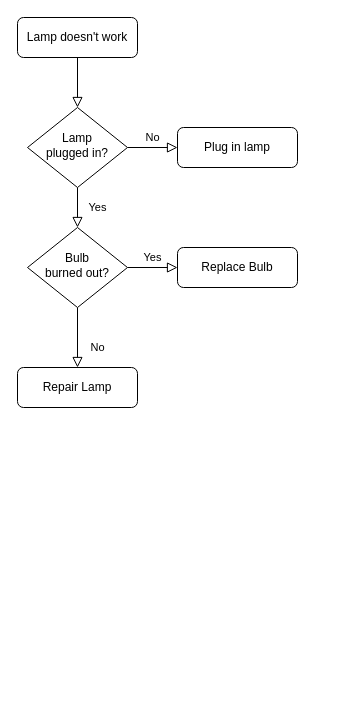
Earlier version of the draw.io diagram Untitled Diagram.drawio (MohitThakur001/FlowCharts). Source tidied: cells renumbered, new cells numbered last; positions are measured from the earlier drawing's top-left corner, leaving out a move shared by most shapes. Both pictures are drawn from the tidied source at 100%, with x=0, y=0 at pixel (17, 17).
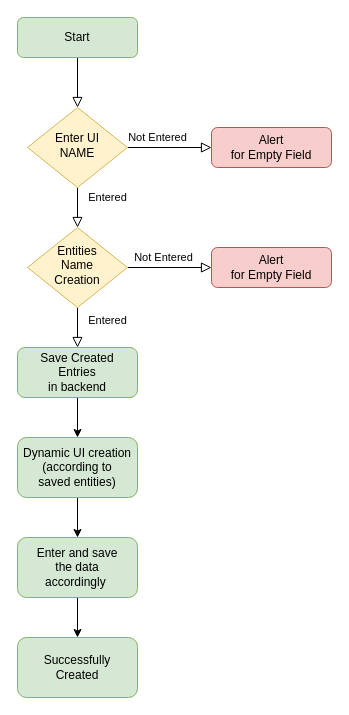
The same diagram, later.

Commit message:
Overview FlowChart

What changed in the source:
```diff
@@
 <mxGraphModel>
   <root>
     <mxCell id="0" />
     <mxCell id="1" parent="0" />
     <mxCell id="2" style="rounded=0;html=1;jettySize=auto;fontSize=11;endArrow=block;endFill=0;endSize=8;strokeWidth=1;shadow=0;labelBackgroundColor=none;edgeStyle=orthogonalEdgeStyle;" parent="1" edge="1" source="3" target="6">
       <mxGeometry relative="1" as="geometry" />
     </mxCell>
-    <mxCell id="3" value="Lamp doesn't work" style="rounded=1;whiteSpace=wrap;html=1;fontSize=12;glass=0;strokeWidth=1;shadow=0;" parent="1" vertex="1">
+    <mxCell id="3" value="Start" style="rounded=1;whiteSpace=wrap;html=1;fontSize=12;glass=0;strokeWidth=1;shadow=0;fillColor=#d5e8d4;strokeColor=#82b366;" parent="1" vertex="1">
       <mxGeometry width="120" height="40" as="geometry" />
     </mxCell>
-    <mxCell id="4" value="Yes" style="rounded=0;html=1;jettySize=auto;fontSize=11;endArrow=block;endFill=0;endSize=8;strokeWidth=1;shadow=0;labelBackgroundColor=none;edgeStyle=orthogonalEdgeStyle;" parent="1" edge="1" source="6" target="10">
-      <mxGeometry y="20" relative="1" as="geometry" />
+    <mxCell id="4" value="Entered" style="rounded=0;html=1;jettySize=auto;fontSize=11;endArrow=block;endFill=0;endSize=8;strokeWidth=1;shadow=0;labelBackgroundColor=none;edgeStyle=orthogonalEdgeStyle;" parent="1" edge="1" source="6" target="10">
+      <mxGeometry x="-0.5" y="30" relative="1" as="geometry" />
     </mxCell>
-    <mxCell id="5" value="No" style="edgeStyle=orthogonalEdgeStyle;rounded=0;html=1;jettySize=auto;fontSize=11;endArrow=block;endFill=0;endSize=8;strokeWidth=1;shadow=0;labelBackgroundColor=none;" parent="1" edge="1" source="6" target="7">
-      <mxGeometry y="10" relative="1" as="geometry" />
+    <mxCell id="5" value="Not Entered" style="edgeStyle=orthogonalEdgeStyle;rounded=0;html=1;jettySize=auto;fontSize=11;endArrow=block;endFill=0;endSize=8;strokeWidth=1;shadow=0;labelBackgroundColor=none;" parent="1" edge="1" source="6" target="7">
+      <mxGeometry x="-0.29" y="10" relative="1" as="geometry" />
     </mxCell>
-    <mxCell id="6" value="Lamp&lt;br&gt;plugged in?" style="rhombus;whiteSpace=wrap;html=1;shadow=0;fontFamily=Helvetica;fontSize=12;align=center;strokeWidth=1;spacing=6;spacingTop=-4;" parent="1" vertex="1">
+    <mxCell id="6" value="Enter UI&lt;br&gt;NAME" style="rhombus;whiteSpace=wrap;html=1;shadow=0;fontFamily=Helvetica;fontSize=12;align=center;strokeWidth=1;spacing=6;spacingTop=-4;fillColor=#fff2cc;strokeColor=#d6b656;" parent="1" vertex="1">
       <mxGeometry x="10" y="90" width="100" height="80" as="geometry" />
     </mxCell>
-    <mxCell id="7" value="Plug in lamp" style="rounded=1;whiteSpace=wrap;html=1;fontSize=12;glass=0;strokeWidth=1;shadow=0;" parent="1" vertex="1">
-      <mxGeometry x="160" y="110" width="120" height="40" as="geometry" />
+    <mxCell id="7" value="Alert&lt;br&gt;for Empty Field" style="rounded=1;whiteSpace=wrap;html=1;fontSize=12;glass=0;strokeWidth=1;shadow=0;fillColor=#f8cecc;strokeColor=#b85450;" parent="1" vertex="1">
+      <mxGeometry x="194" y="110" width="120" height="40" as="geometry" />
     </mxCell>
-    <mxCell id="8" value="No" style="rounded=0;html=1;jettySize=auto;fontSize=11;endArrow=block;endFill=0;endSize=8;strokeWidth=1;shadow=0;labelBackgroundColor=none;edgeStyle=orthogonalEdgeStyle;" parent="1" edge="1" source="10" target="11">
-      <mxGeometry x="0.33" y="20" relative="1" as="geometry" />
+    <mxCell id="8" value="Entered" style="rounded=0;html=1;jettySize=auto;fontSize=11;endArrow=block;endFill=0;endSize=8;strokeWidth=1;shadow=0;labelBackgroundColor=none;edgeStyle=orthogonalEdgeStyle;" parent="1" edge="1" source="10" target="11">
+      <mxGeometry x="-0.33" y="30" relative="1" as="geometry" />
     </mxCell>
-    <mxCell id="9" value="Yes" style="edgeStyle=orthogonalEdgeStyle;rounded=0;html=1;jettySize=auto;fontSize=11;endArrow=block;endFill=0;endSize=8;strokeWidth=1;shadow=0;labelBackgroundColor=none;" parent="1" edge="1" source="10" target="12">
-      <mxGeometry y="10" relative="1" as="geometry" />
+    <mxCell id="9" value="Not Entered" style="edgeStyle=orthogonalEdgeStyle;rounded=0;html=1;jettySize=auto;fontSize=11;endArrow=block;endFill=0;endSize=8;strokeWidth=1;shadow=0;labelBackgroundColor=none;" parent="1" edge="1" source="10" target="12">
+      <mxGeometry x="-0.14" y="10" relative="1" as="geometry" />
     </mxCell>
-    <mxCell id="10" value="Bulb&lt;br&gt;burned out?" style="rhombus;whiteSpace=wrap;html=1;shadow=0;fontFamily=Helvetica;fontSize=12;align=center;strokeWidth=1;spacing=6;spacingTop=-4;" parent="1" vertex="1">
+    <mxCell id="10" value="Entities &lt;br&gt;Name&lt;br&gt;Creation" style="rhombus;whiteSpace=wrap;html=1;shadow=0;fontFamily=Helvetica;fontSize=12;align=center;strokeWidth=1;spacing=6;spacingTop=-4;fillColor=#fff2cc;strokeColor=#d6b656;" parent="1" vertex="1">
       <mxGeometry x="10" y="210" width="100" height="80" as="geometry" />
     </mxCell>
+    <mxCell id="13" style="edgeStyle=orthogonalEdgeStyle;rounded=0;jettySize=auto;html=1;" parent="1" edge="1" source="11" target="15">
+      <mxGeometry relative="1" as="geometry" />
+    </mxCell>
-    <mxCell id="11" value="Repair Lamp" style="rounded=1;whiteSpace=wrap;html=1;fontSize=12;glass=0;strokeWidth=1;shadow=0;" parent="1" vertex="1">
-      <mxGeometry y="350" width="120" height="40" as="geometry" />
+    <mxCell id="11" value="Save Created &lt;br&gt;Entries&lt;br&gt;in backend" style="rounded=1;whiteSpace=wrap;html=1;fontSize=12;glass=0;strokeWidth=1;shadow=0;fillColor=#d5e8d4;strokeColor=#82b366;" parent="1" vertex="1">
+      <mxGeometry y="330" width="120" height="50" as="geometry" />
     </mxCell>
-    <mxCell id="12" value="Replace Bulb" style="rounded=1;whiteSpace=wrap;html=1;fontSize=12;glass=0;strokeWidth=1;shadow=0;" parent="1" vertex="1">
-      <mxGeometry x="160" y="230" width="120" height="40" as="geometry" />
+    <mxCell id="12" value="Alert&lt;br style=&quot;border-color: var(--border-color);&quot;&gt;for Empty Field" style="rounded=1;whiteSpace=wrap;html=1;fontSize=12;glass=0;strokeWidth=1;shadow=0;fillColor=#f8cecc;strokeColor=#b85450;" parent="1" vertex="1">
+      <mxGeometry x="194" y="230" width="120" height="40" as="geometry" />
     </mxCell>
+    <mxCell id="14" style="edgeStyle=orthogonalEdgeStyle;rounded=0;jettySize=auto;html=1;" parent="1" edge="1" source="15" target="17">
+      <mxGeometry relative="1" as="geometry" />
+    </mxCell>
+    <mxCell id="15" value="Dynamic UI creation&lt;br&gt;(according to &lt;br&gt;saved entities)" style="whiteSpace=wrap;html=1;rounded=1;glass=0;strokeWidth=1;shadow=0;fillColor=#d5e8d4;strokeColor=#82b366;" parent="1" vertex="1">
+      <mxGeometry y="420" width="120" height="60" as="geometry" />
+    </mxCell>
+    <mxCell id="16" style="edgeStyle=orthogonalEdgeStyle;rounded=0;jettySize=auto;html=1;" parent="1" edge="1" source="17" target="18">
+      <mxGeometry relative="1" as="geometry" />
+    </mxCell>
+    <mxCell id="17" value="Enter and save &lt;br&gt;the data&lt;br&gt;accordingly&amp;nbsp;" style="whiteSpace=wrap;html=1;rounded=1;glass=0;strokeWidth=1;shadow=0;fillColor=#d5e8d4;strokeColor=#82b366;" parent="1" vertex="1">
+      <mxGeometry y="520" width="120" height="60" as="geometry" />
+    </mxCell>
+    <mxCell id="18" value="Successfully &lt;br&gt;Created" style="whiteSpace=wrap;html=1;rounded=1;glass=0;strokeWidth=1;shadow=0;fillColor=#d5e8d4;strokeColor=#82b366;" parent="1" vertex="1">
+      <mxGeometry y="620" width="120" height="60" as="geometry" />
+    </mxCell>
   </root>
 </mxGraphModel>
```
